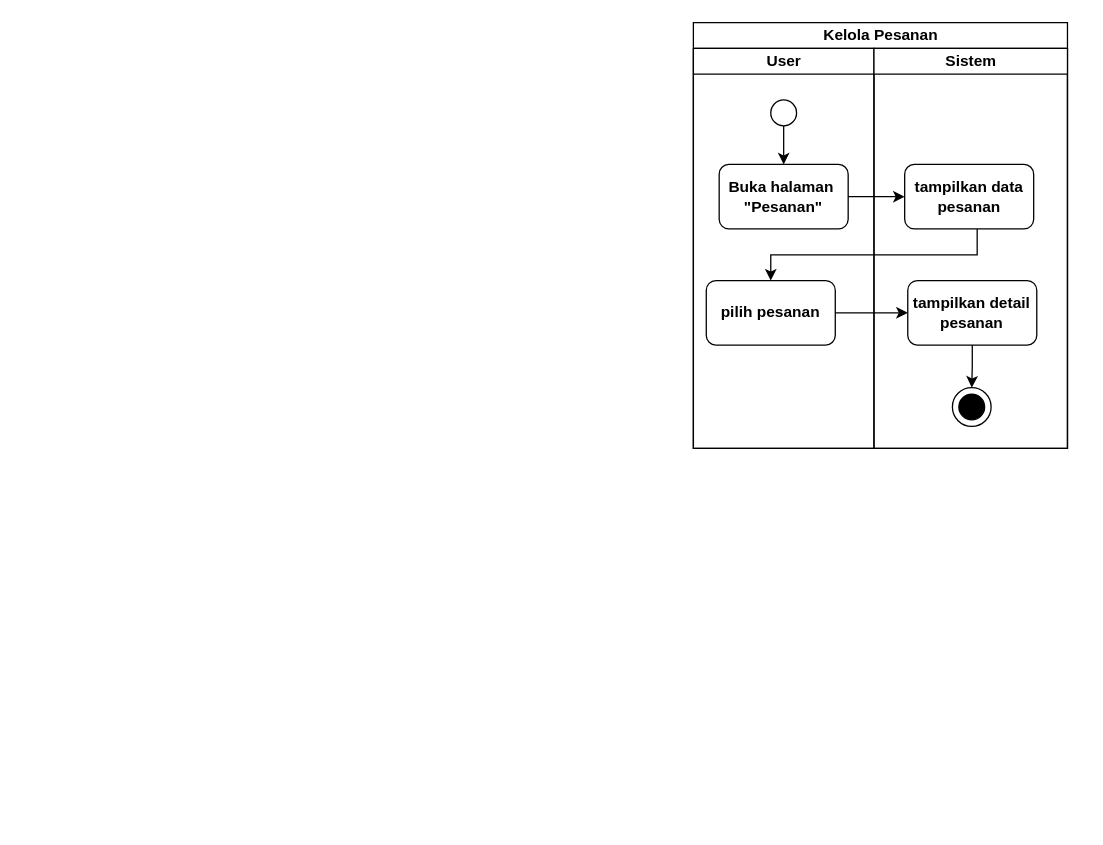
Earlier version of the draw.io diagram page "kelola pesanan" (7 of 19) of assets/uml/activity-diagram.drawio (RIOKOWI/warmindo_purnama_flutter). Source tidied: cells renumbered, new cells numbered last; positions are measured from the earlier drawing's top-left corner, leaving out a move shared by most shapes. Both pictures are drawn from the tidied source at 129%, with x=0, y=0 at pixel (22, 22).
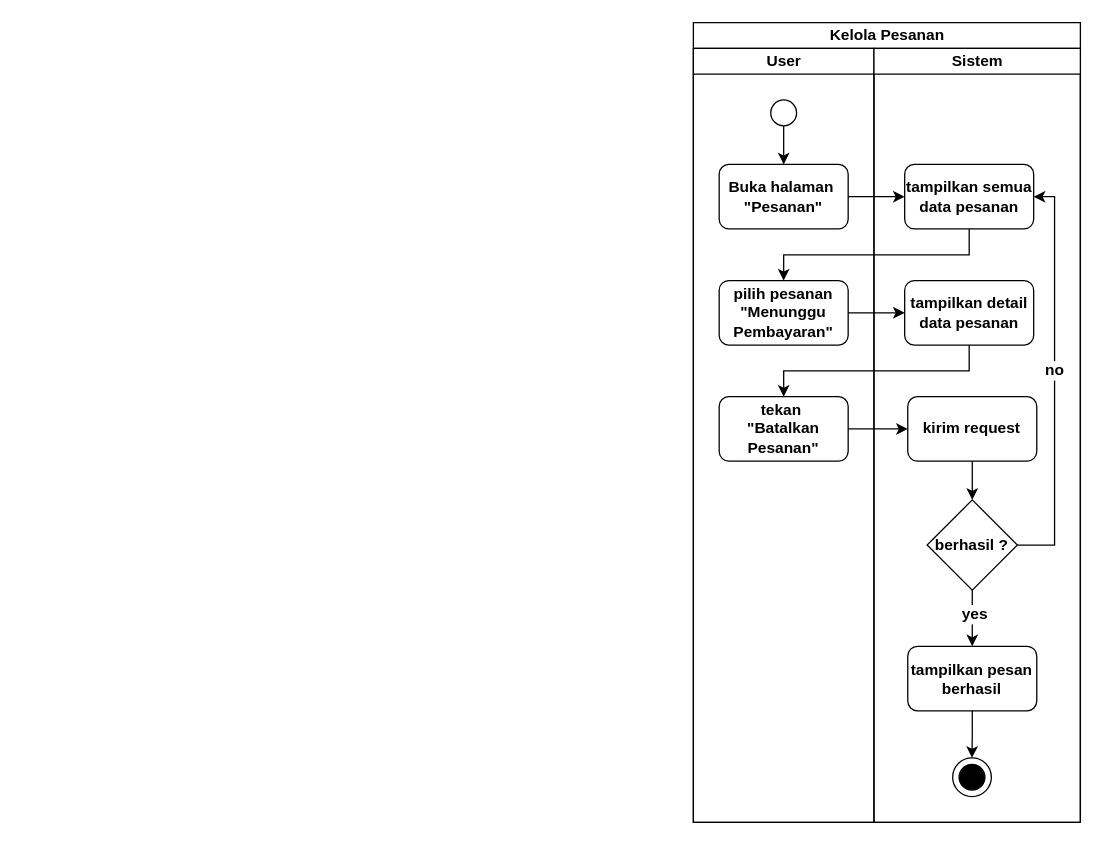
The same page after the edit.

Change to the diagram source:
```diff
@@
     <mxCell id="3" value="Kelola Pesanan" style="swimlane;startSize=20;html=1;" parent="1" vertex="1">
-      <mxGeometry x="520" width="290" height="330" as="geometry" />
+      <mxGeometry x="520" width="300" height="620" as="geometry" />
     </mxCell>
     <mxCell id="4" value="User" style="swimlane;startSize=20;html=1;" parent="3" vertex="1">
-      <mxGeometry y="20" width="140" height="310" as="geometry" />
+      <mxGeometry y="20" width="140" height="600" as="geometry" />
     </mxCell>
@@
-    <mxCell id="8" value="pilih pesanan" style="rounded=1;whiteSpace=wrap;html=1;strokeColor=default;align=center;verticalAlign=middle;fontFamily=Helvetica;fontSize=12;fontColor=default;fontStyle=1;fillColor=default;" parent="4" vertex="1">
-      <mxGeometry x="10" y="180" width="100" height="50" as="geometry" />
-    </mxCell>
+    <mxCell id="19" value="pilih pesanan&lt;div&gt;&quot;Menunggu Pembayaran&quot;&lt;/div&gt;" style="rounded=1;whiteSpace=wrap;html=1;strokeColor=default;align=center;verticalAlign=middle;fontFamily=Helvetica;fontSize=12;fontColor=default;fontStyle=1;fillColor=default;" parent="4" vertex="1">
+      <mxGeometry x="20" y="180" width="100" height="50" as="geometry" />
+    </mxCell>
@@
-    <mxCell id="10" style="edgeStyle=orthogonalEdgeStyle;shape=connector;rounded=0;html=1;strokeColor=default;align=center;verticalAlign=middle;fontFamily=Helvetica;fontSize=11;fontColor=default;labelBackgroundColor=default;endArrow=classic;curved=0;" parent="3" edge="1" source="12" target="8">
-      <mxGeometry relative="1" as="geometry">
-        <Array as="points">
-          <mxPoint x="220" y="180" />
-          <mxPoint x="60" y="180" />
-        </Array>
-      </mxGeometry>
-    </mxCell>
+    <mxCell id="20" style="edgeStyle=orthogonalEdgeStyle;html=1;entryX=0.5;entryY=0;entryDx=0;entryDy=0;rounded=0;curved=0;" parent="3" edge="1" source="12" target="19">
+      <mxGeometry relative="1" as="geometry">
+        <Array as="points">
+          <mxPoint x="214" y="180" />
+          <mxPoint x="70" y="180" />
+        </Array>
+      </mxGeometry>
+    </mxCell>
+    <mxCell id="21" style="edgeStyle=orthogonalEdgeStyle;shape=connector;curved=0;rounded=0;html=1;strokeColor=default;align=center;verticalAlign=middle;fontFamily=Helvetica;fontSize=11;fontColor=default;labelBackgroundColor=default;endArrow=classic;" parent="3" edge="1" source="19" target="30">
+      <mxGeometry relative="1" as="geometry" />
+    </mxCell>
     <mxCell id="11" value="Sistem" style="swimlane;startSize=20;html=1;" parent="3" vertex="1">
-      <mxGeometry x="140" y="20" width="150" height="310" as="geometry" />
+      <mxGeometry x="140" y="20" width="160" height="600" as="geometry" />
     </mxCell>
-    <mxCell id="12" value="tampilkan data pesanan" style="rounded=1;whiteSpace=wrap;html=1;strokeColor=default;align=center;verticalAlign=middle;fontFamily=Helvetica;fontSize=12;fontColor=default;fontStyle=1;fillColor=default;" parent="11" vertex="1">
+    <mxCell id="12" value="tampilkan semua data pesanan" style="rounded=1;whiteSpace=wrap;html=1;strokeColor=default;align=center;verticalAlign=middle;fontFamily=Helvetica;fontSize=12;fontColor=default;fontStyle=1;fillColor=default;" parent="11" vertex="1">
       <mxGeometry x="23.8" y="90" width="100" height="50" as="geometry" />
     </mxCell>
-    <mxCell id="13" style="edgeStyle=orthogonalEdgeStyle;shape=connector;curved=0;rounded=0;html=1;entryX=0.5;entryY=0;entryDx=0;entryDy=0;strokeColor=default;align=center;verticalAlign=middle;fontFamily=Helvetica;fontSize=12;fontColor=default;fontStyle=1;labelBackgroundColor=default;endArrow=classic;" parent="11" edge="1" source="14" target="16">
-      <mxGeometry relative="1" as="geometry" />
-    </mxCell>
+    <mxCell id="15" style="group;" parent="11" vertex="1">
+      <mxGeometry x="61" y="460" width="65.2" height="57" as="geometry" />
+    </mxCell>
-    <mxCell id="14" value="tampilkan detail pesanan" style="rounded=1;whiteSpace=wrap;html=1;strokeColor=default;align=center;verticalAlign=middle;fontFamily=Helvetica;fontSize=12;fontColor=default;fontStyle=1;fillColor=default;" parent="11" vertex="1">
-      <mxGeometry x="26.2" y="180" width="100" height="50" as="geometry" />
+    <mxCell id="14" value="kirim request" style="rounded=1;whiteSpace=wrap;html=1;strokeColor=default;align=center;verticalAlign=middle;fontFamily=Helvetica;fontSize=12;fontColor=default;fontStyle=1;fillColor=default;" parent="15" vertex="1">
+      <mxGeometry x="-34.8" y="-190" width="100" height="50" as="geometry" />
     </mxCell>
-    <mxCell id="15" style="group;" parent="11" vertex="1">
-      <mxGeometry x="60.8" y="263" width="30" height="30" as="geometry" />
-    </mxCell>
+    <mxCell id="8" value="tekan&amp;nbsp;&lt;div&gt;&quot;Batalkan Pesanan&quot;&lt;/div&gt;" style="rounded=1;whiteSpace=wrap;html=1;strokeColor=default;align=center;verticalAlign=middle;fontFamily=Helvetica;fontSize=12;fontColor=default;fontStyle=1;fillColor=default;" parent="15" vertex="1">
+      <mxGeometry x="-181" y="-190" width="100" height="50" as="geometry" />
+    </mxCell>
+    <mxCell id="22" value="berhasil ?" style="rhombus;whiteSpace=wrap;html=1;strokeColor=default;align=center;verticalAlign=middle;fontFamily=Helvetica;fontSize=12;fontColor=default;fontStyle=1;fillColor=default;" parent="15" vertex="1">
+      <mxGeometry x="-19.8" y="-110" width="70" height="70" as="geometry" />
+    </mxCell>
+    <mxCell id="18" style="edgeStyle=orthogonalEdgeStyle;shape=connector;curved=0;rounded=0;html=1;entryX=0;entryY=0.5;entryDx=0;entryDy=0;strokeColor=default;align=center;verticalAlign=middle;fontFamily=Helvetica;fontSize=12;fontColor=default;fontStyle=1;labelBackgroundColor=default;endArrow=classic;" parent="15" edge="1" source="8" target="14">
+      <mxGeometry relative="1" as="geometry" />
+    </mxCell>
+    <mxCell id="23" style="edgeStyle=orthogonalEdgeStyle;shape=connector;curved=0;rounded=0;html=1;entryX=0.5;entryY=0;entryDx=0;entryDy=0;strokeColor=default;align=center;verticalAlign=middle;fontFamily=Helvetica;fontSize=12;fontColor=default;fontStyle=1;labelBackgroundColor=default;endArrow=classic;" parent="15" edge="1" source="14" target="22">
+      <mxGeometry relative="1" as="geometry" />
+    </mxCell>
+    <mxCell id="24" value="tampilkan pesan berhasil" style="rounded=1;whiteSpace=wrap;html=1;strokeColor=default;align=center;verticalAlign=middle;fontFamily=Helvetica;fontSize=12;fontColor=default;fontStyle=1;fillColor=default;" parent="15" vertex="1">
+      <mxGeometry x="-34.8" y="3.5" width="100" height="50" as="geometry" />
+    </mxCell>
+    <mxCell id="25" style="edgeStyle=orthogonalEdgeStyle;shape=connector;curved=0;rounded=0;html=1;entryX=0.5;entryY=0;entryDx=0;entryDy=0;strokeColor=default;align=center;verticalAlign=middle;fontFamily=Helvetica;fontSize=12;fontColor=default;fontStyle=1;labelBackgroundColor=default;endArrow=classic;" parent="15" edge="1" source="22" target="24">
+      <mxGeometry relative="1" as="geometry" />
+    </mxCell>
+    <mxCell id="26" value="yes" style="edgeLabel;html=1;align=center;verticalAlign=middle;fontFamily=Helvetica;fontSize=12;fontColor=default;fontStyle=1;labelBackgroundColor=default;" parent="25" vertex="1">
+      <mxGeometry x="-0.15" y="1" relative="1" as="geometry" />
+    </mxCell>
+    <mxCell id="27" style="edgeStyle=orthogonalEdgeStyle;shape=connector;curved=0;rounded=0;html=1;entryX=1;entryY=0.5;entryDx=0;entryDy=0;strokeColor=default;align=center;verticalAlign=middle;fontFamily=Helvetica;fontSize=12;fontColor=default;fontStyle=1;labelBackgroundColor=default;endArrow=classic;exitX=1;exitY=0.5;exitDx=0;exitDy=0;" parent="11" edge="1" source="22" target="12">
+      <mxGeometry relative="1" as="geometry">
+        <Array as="points">
+          <mxPoint x="140" y="385" />
+          <mxPoint x="140" y="115" />
+        </Array>
+      </mxGeometry>
+    </mxCell>
+    <mxCell id="28" value="no" style="edgeLabel;html=1;align=center;verticalAlign=middle;fontFamily=Helvetica;fontSize=12;fontColor=default;fontStyle=1;labelBackgroundColor=default;" parent="27" vertex="1">
+      <mxGeometry x="0.04" y="1" relative="1" as="geometry" />
+    </mxCell>
+    <mxCell id="29" style="edgeStyle=orthogonalEdgeStyle;shape=connector;curved=0;rounded=0;html=1;strokeColor=default;align=center;verticalAlign=middle;fontFamily=Helvetica;fontSize=11;fontColor=default;labelBackgroundColor=default;endArrow=classic;" parent="11" edge="1" source="30" target="8">
+      <mxGeometry relative="1" as="geometry">
+        <Array as="points">
+          <mxPoint x="74" y="250" />
+          <mxPoint x="-70" y="250" />
+        </Array>
+      </mxGeometry>
+    </mxCell>
+    <mxCell id="30" value="tampilkan detail data pesanan" style="rounded=1;whiteSpace=wrap;html=1;strokeColor=default;align=center;verticalAlign=middle;fontFamily=Helvetica;fontSize=12;fontColor=default;fontStyle=1;fillColor=default;" parent="11" vertex="1">
+      <mxGeometry x="23.8" y="180" width="100" height="50" as="geometry" />
+    </mxCell>
-    <mxCell id="16" style="ellipse;whiteSpace=wrap;html=1;strokeColor=default;align=center;verticalAlign=middle;fontFamily=Helvetica;fontSize=12;fontColor=default;fontStyle=1;fillColor=default;" parent="15" vertex="1">
-      <mxGeometry width="30" height="30" as="geometry" />
+    <mxCell id="16" style="ellipse;whiteSpace=wrap;html=1;strokeColor=default;align=center;verticalAlign=middle;fontFamily=Helvetica;fontSize=12;fontColor=default;fontStyle=1;fillColor=default;" parent="11" vertex="1">
+      <mxGeometry x="61" y="550" width="30" height="30" as="geometry" />
     </mxCell>
-    <mxCell id="17" style="ellipse;whiteSpace=wrap;html=1;strokeColor=default;align=center;verticalAlign=middle;fontFamily=Helvetica;fontSize=12;fontColor=default;fontStyle=1;fillColor=light-dark(#000000,#000000);" parent="15" vertex="1">
-      <mxGeometry x="5" y="5" width="20" height="20" as="geometry" />
+    <mxCell id="17" style="ellipse;whiteSpace=wrap;html=1;strokeColor=default;align=center;verticalAlign=middle;fontFamily=Helvetica;fontSize=12;fontColor=default;fontStyle=1;fillColor=light-dark(#000000,#000000);" parent="11" vertex="1">
+      <mxGeometry x="66" y="555" width="20" height="20" as="geometry" />
     </mxCell>
-    <mxCell id="18" style="edgeStyle=orthogonalEdgeStyle;shape=connector;curved=0;rounded=0;html=1;entryX=0;entryY=0.5;entryDx=0;entryDy=0;strokeColor=default;align=center;verticalAlign=middle;fontFamily=Helvetica;fontSize=12;fontColor=default;fontStyle=1;labelBackgroundColor=default;endArrow=classic;" parent="3" edge="1" source="8" target="14">
-      <mxGeometry relative="1" as="geometry" />
-    </mxCell>
+    <mxCell id="31" style="edgeStyle=orthogonalEdgeStyle;shape=connector;curved=0;rounded=0;html=1;entryX=0.5;entryY=0;entryDx=0;entryDy=0;strokeColor=default;align=center;verticalAlign=middle;fontFamily=Helvetica;fontSize=11;fontColor=default;labelBackgroundColor=default;endArrow=classic;" parent="11" edge="1" source="24" target="16">
+      <mxGeometry relative="1" as="geometry" />
+    </mxCell>
```
